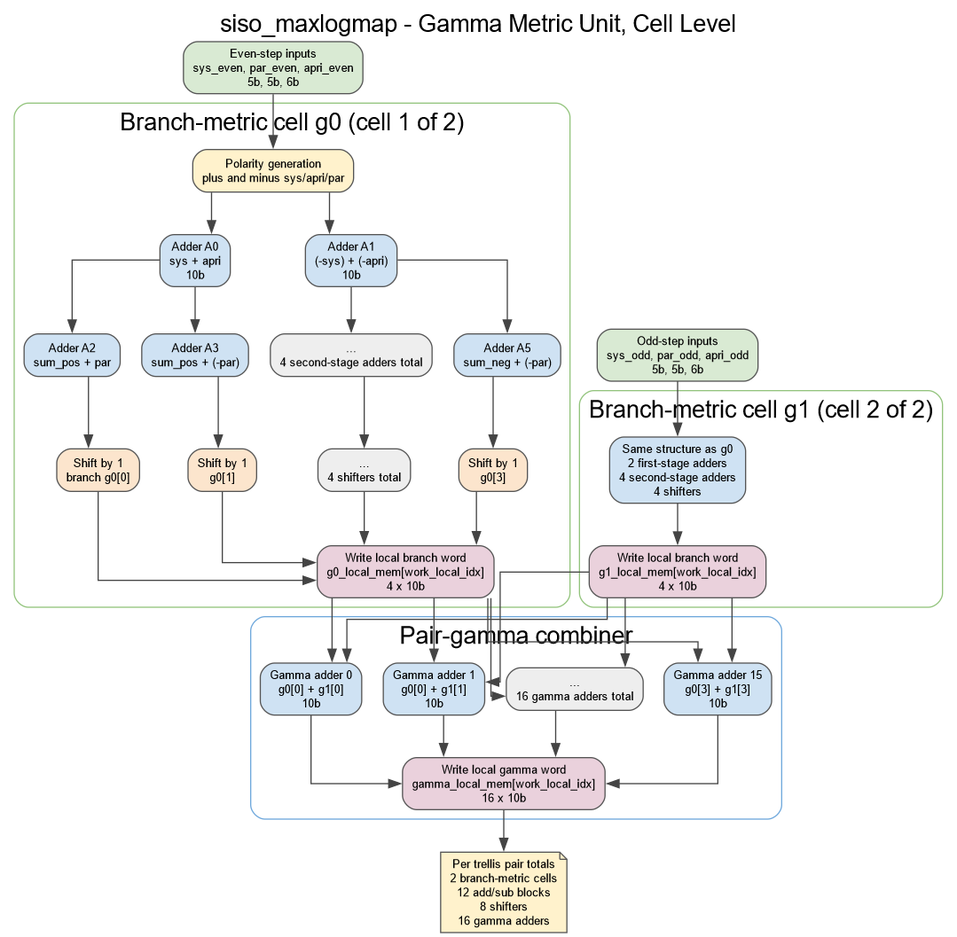
Before: architecture_exports/siso_maxlogmap/cell_level/SISO_GAMMA_METRIC_CELL_LEVEL.png, a diagram exported from Graphviz (HarshithaModekurty/Parallel-Turbo-Decoder-ASIC-for-3GPP-LTE). Its source is kept beside it as architecture_exports/siso_maxlogmap/cell_level/SISO_GAMMA_METRIC_CELL_LEVEL.dot.
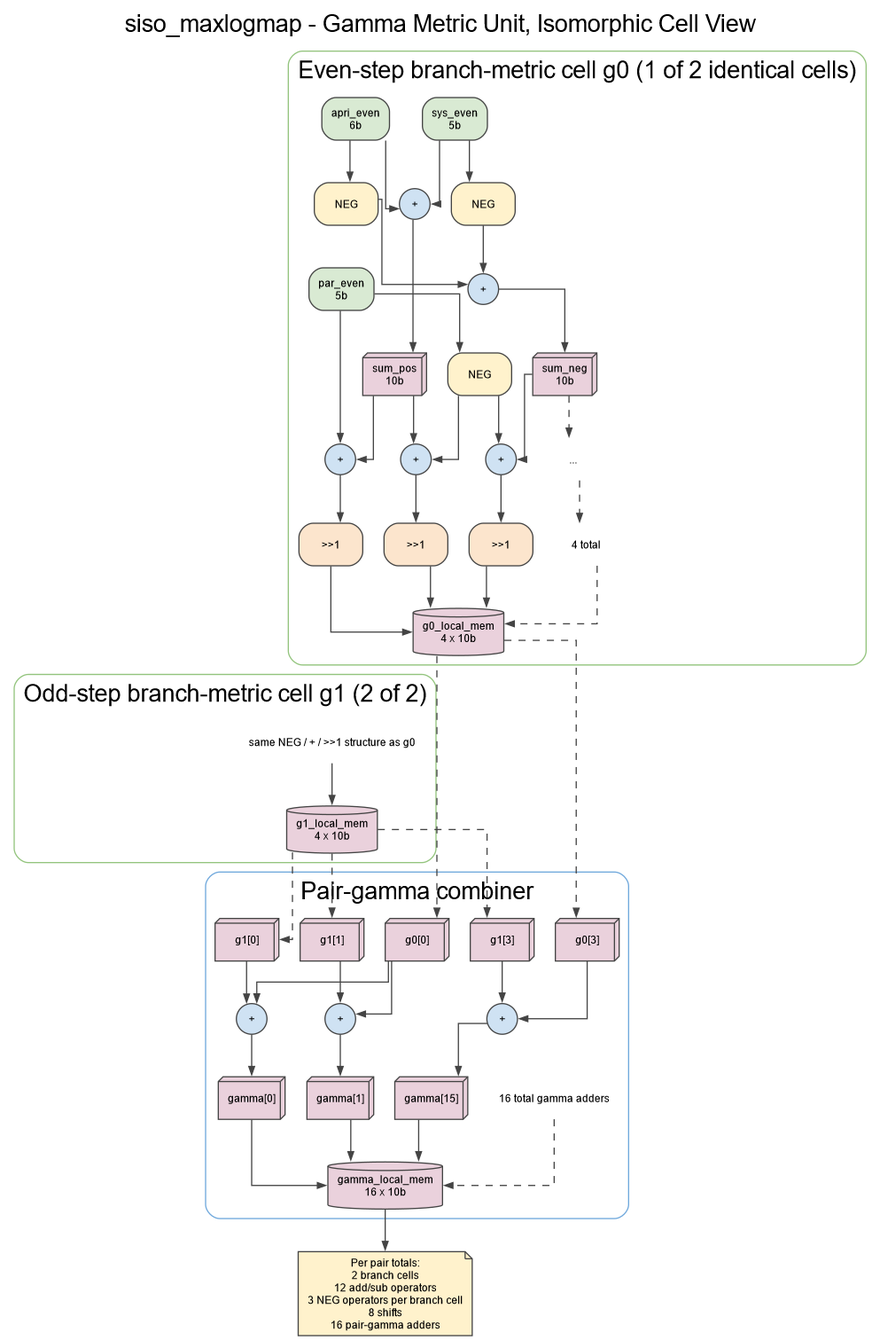
Above is the later version.

What changed in the source:
```diff
@@ -1,82 +1,115 @@
 digraph G {
   rankdir=TB;
   splines=ortho;
-  graph [labelloc=t, fontsize=20, fontname="Helvetica", label="siso_maxlogmap - Gamma Metric Unit, Cell Level"];
-  node [shape=box, style="rounded,filled", fontname="Helvetica", fontsize=10, color="#555555", fillcolor="#f8f6ef"];
-  edge [fontname="Helvetica", fontsize=9, color="#444444"];
+  graph [labelloc=t, fontsize=20, fontname="Helvetica", label="siso_maxlogmap - Gamma Metric Unit, Isomorphic Cell View"];
+  node [fontname="Helvetica", fontsize=9, color="#444444"];
+  edge [fontname="Helvetica", fontsize=8, color="#444444", arrowsize=0.7];
 
-  in0 [label="Even-step inputs\nsys_even, par_even, apri_even\n5b, 5b, 6b", fillcolor="#d9ead3"];
-  in1 [label="Odd-step inputs\nsys_odd, par_odd, apri_odd\n5b, 5b, 6b", fillcolor="#d9ead3"];
-
-  subgraph cluster_bm0 {
-    label="Branch-metric cell g0 (cell 1 of 2)";
+  subgraph cluster_even {
+    label="Even-step branch-metric cell g0 (1 of 2 identical cells)";
     color="#93c47d";
     style="rounded";
-    bm0pol [label="Polarity generation\nplus and minus sys/apri/par", fillcolor="#fff2cc"];
-    bm0a [label="Adder A0\nsys + apri\n10b", fillcolor="#cfe2f3"];
-    bm0b [label="Adder A1\n(-sys) + (-apri)\n10b", fillcolor="#cfe2f3"];
-    bm0c0 [label="Adder A2\nsum_pos + par", fillcolor="#cfe2f3"];
-    bm0c1 [label="Adder A3\nsum_pos + (-par)", fillcolor="#cfe2f3"];
-    bm0dots [label="...\n4 second-stage adders total", fillcolor="#eeeeee"];
-    bm0c3 [label="Adder A5\nsum_neg + (-par)", fillcolor="#cfe2f3"];
-    bm0s0 [label="Shift by 1\nbranch g0[0]", fillcolor="#fce5cd"];
-    bm0s1 [label="Shift by 1\ng0[1]", fillcolor="#fce5cd"];
-    bm0sd [label="...\n4 shifters total", fillcolor="#eeeeee"];
-    bm0s3 [label="Shift by 1\ng0[3]", fillcolor="#fce5cd"];
-    bm0reg [label="Write local branch word\ng0_local_mem[work_local_idx]\n4 x 10b", fillcolor="#ead1dc"];
+
+    syse [shape=box, style="rounded,filled", fillcolor="#d9ead3", label="sys_even\n5b"];
+    pare [shape=box, style="rounded,filled", fillcolor="#d9ead3", label="par_even\n5b"];
+    aprie [shape=box, style="rounded,filled", fillcolor="#d9ead3", label="apri_even\n6b"];
+
+    negs [shape=box, style="rounded,filled", fillcolor="#fff2cc", label="NEG"];
+    nega [shape=box, style="rounded,filled", fillcolor="#fff2cc", label="NEG"];
+    negp [shape=box, style="rounded,filled", fillcolor="#fff2cc", label="NEG"];
+
+    addp [shape=circle, style="filled", fillcolor="#cfe2f3", width=0.36, fixedsize=true, label="+"];
+    addn [shape=circle, style="filled", fillcolor="#cfe2f3", width=0.36, fixedsize=true, label="+"];
+    sump [shape=box3d, style="filled", fillcolor="#ead1dc", label="sum_pos\n10b"];
+    sumn [shape=box3d, style="filled", fillcolor="#ead1dc", label="sum_neg\n10b"];
+
+    add00 [shape=circle, style="filled", fillcolor="#cfe2f3", width=0.36, fixedsize=true, label="+"];
+    add01 [shape=circle, style="filled", fillcolor="#cfe2f3", width=0.36, fixedsize=true, label="+"];
+    adddots [shape=plaintext, label="..."];
+    add03 [shape=circle, style="filled", fillcolor="#cfe2f3", width=0.36, fixedsize=true, label="+"];
+
+    sh00 [shape=box, style="rounded,filled", fillcolor="#fce5cd", label=">>1"];
+    sh01 [shape=box, style="rounded,filled", fillcolor="#fce5cd", label=">>1"];
+    shdots [shape=plaintext, label="4 total"];
+    sh03 [shape=box, style="rounded,filled", fillcolor="#fce5cd", label=">>1"];
+
+    g0mem [shape=cylinder, style="filled", fillcolor="#ead1dc", label="g0_local_mem\n4 x 10b"];
+
+    syse -> addp;
+    aprie -> addp;
+    syse -> negs -> addn;
+    aprie -> nega -> addn;
+    pare -> negp;
+    addp -> sump;
+    addn -> sumn;
+
+    sump -> add00;
+    pare -> add00;
+    sump -> add01;
+    negp -> add01;
+    sumn -> adddots [style=dashed];
+    sumn -> add03;
+    negp -> add03;
+
+    add00 -> sh00 -> g0mem;
+    add01 -> sh01 -> g0mem;
+    adddots -> shdots -> g0mem [style=dashed];
+    add03 -> sh03 -> g0mem;
   }
 
-  subgraph cluster_bm1 {
-    label="Branch-metric cell g1 (cell 2 of 2)";
+  subgraph cluster_odd {
+    label="Odd-step branch-metric cell g1 (2 of 2)";
     color="#93c47d";
     style="rounded";
-    bm1sum [label="Same structure as g0\n2 first-stage adders\n4 second-stage adders\n4 shifters", fillcolor="#cfe2f3"];
-    bm1reg [label="Write local branch word\ng1_local_mem[work_local_idx]\n4 x 10b", fillcolor="#ead1dc"];
+
+    g1dots [shape=plaintext, label="same NEG / + / >>1 structure as g0"];
+    g1mem [shape=cylinder, style="filled", fillcolor="#ead1dc", label="g1_local_mem\n4 x 10b"];
+    g1dots -> g1mem;
   }
 
-  subgraph cluster_gamma {
+  subgraph cluster_pair {
     label="Pair-gamma combiner";
     color="#6fa8dc";
     style="rounded";
-    gadd0 [label="Gamma adder 0\ng0[0] + g1[0]\n10b", fillcolor="#cfe2f3"];
-    gadd1 [label="Gamma adder 1\ng0[0] + g1[1]\n10b", fillcolor="#cfe2f3"];
-    gdots [label="...\n16 gamma adders total", fillcolor="#eeeeee"];
-    gadd15 [label="Gamma adder 15\ng0[3] + g1[3]\n10b", fillcolor="#cfe2f3"];
-    greg [label="Write local gamma word\ngamma_local_mem[work_local_idx]\n16 x 10b", fillcolor="#ead1dc"];
+
+    g0_0 [shape=box3d, style="filled", fillcolor="#ead1dc", label="g0[0]"];
+    g0_3 [shape=box3d, style="filled", fillcolor="#ead1dc", label="g0[3]"];
+    g1_0 [shape=box3d, style="filled", fillcolor="#ead1dc", label="g1[0]"];
+    g1_1 [shape=box3d, style="filled", fillcolor="#ead1dc", label="g1[1]"];
+    g1_3 [shape=box3d, style="filled", fillcolor="#ead1dc", label="g1[3]"];
+
+    pg0 [shape=circle, style="filled", fillcolor="#cfe2f3", width=0.36, fixedsize=true, label="+"];
+    pg1 [shape=circle, style="filled", fillcolor="#cfe2f3", width=0.36, fixedsize=true, label="+"];
+    pgdots [shape=plaintext, label="16 total gamma adders"];
+    pg15 [shape=circle, style="filled", fillcolor="#cfe2f3", width=0.36, fixedsize=true, label="+"];
+
+    y0 [shape=box3d, style="filled", fillcolor="#ead1dc", label="gamma[0]"];
+    y1 [shape=box3d, style="filled", fillcolor="#ead1dc", label="gamma[1]"];
+    y15 [shape=box3d, style="filled", fillcolor="#ead1dc", label="gamma[15]"];
+    gmem [shape=cylinder, style="filled", fillcolor="#ead1dc", label="gamma_local_mem\n16 x 10b"];
+
+    g0_0 -> pg0;
+    g1_0 -> pg0;
+    pg0 -> y0 -> gmem;
+
+    g0_0 -> pg1;
+    g1_1 -> pg1;
+    pg1 -> y1 -> gmem;
+
+    g0_3 -> pg15;
+    g1_3 -> pg15;
+    pg15 -> y15 -> gmem;
+
+    pgdots -> gmem [style=dashed];
   }
 
-  note [label="Per trellis pair totals\n2 branch-metric cells\n12 add/sub blocks\n8 shifters\n16 gamma adders", shape=note, fillcolor="#fff2cc"];
+  note [shape=note, style="filled", fillcolor="#fff2cc", label="Per pair totals:\n2 branch cells\n12 add/sub operators\n3 NEG operators per branch cell\n8 shifts\n16 pair-gamma adders"];
 
-  in0 -> bm0pol;
-  bm0pol -> bm0a;
-  bm0pol -> bm0b;
-  bm0a -> bm0c0;
-  bm0a -> bm0c1;
-  bm0b -> bm0dots;
-  bm0b -> bm0c3;
-  bm0c0 -> bm0s0;
-  bm0c1 -> bm0s1;
-  bm0dots -> bm0sd;
-  bm0c3 -> bm0s3;
-  bm0s0 -> bm0reg;
-  bm0s1 -> bm0reg;
-  bm0sd -> bm0reg;
-  bm0s3 -> bm0reg;
-
-  in1 -> bm1sum;
-  bm1sum -> bm1reg;
-
-  bm0reg -> gadd0;
-  bm0reg -> gadd1;
-  bm0reg -> gdots;
-  bm0reg -> gadd15;
-  bm1reg -> gadd0;
-  bm1reg -> gadd1;
-  bm1reg -> gdots;
-  bm1reg -> gadd15;
-  gadd0 -> greg;
-  gadd1 -> greg;
-  gdots -> greg;
-  gadd15 -> greg;
-  greg -> note;
+  g0mem -> g1dots [style=invis];
+  g0mem -> g0_0 [style=dashed];
+  g0mem -> g0_3 [style=dashed];
+  g1mem -> g1_0 [style=dashed];
+  g1mem -> g1_1 [style=dashed];
+  g1mem -> g1_3 [style=dashed];
+  gmem -> note;
 }
```
